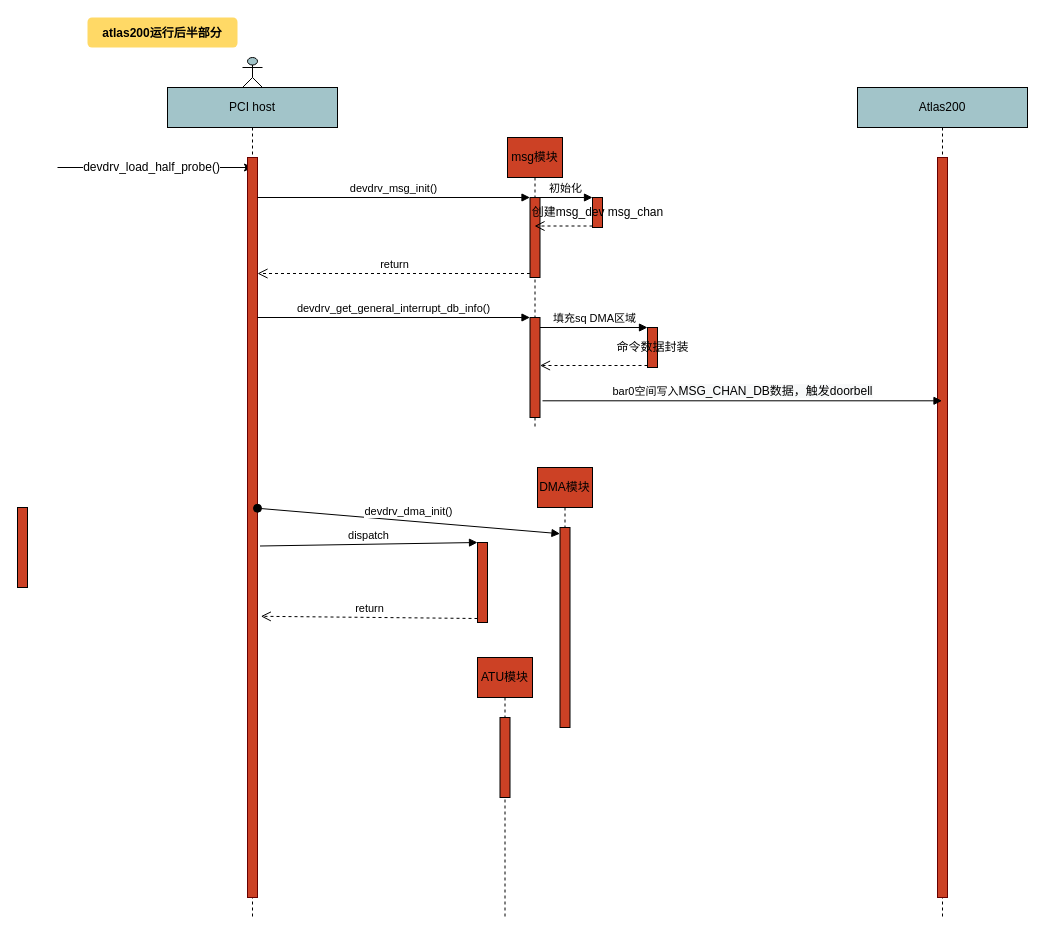
This is atlas200_flowchart.drawio from qiaoshouxing/draw.io, a draw.io file, before an edit. Source tidied: cells renumbered, new cells numbered last; positions are measured from the earlier drawing's top-left corner, leaving out a move shared by most shapes. Both pictures are drawn from the tidied source at 100%, with x=0, y=0 at pixel (17, 17).
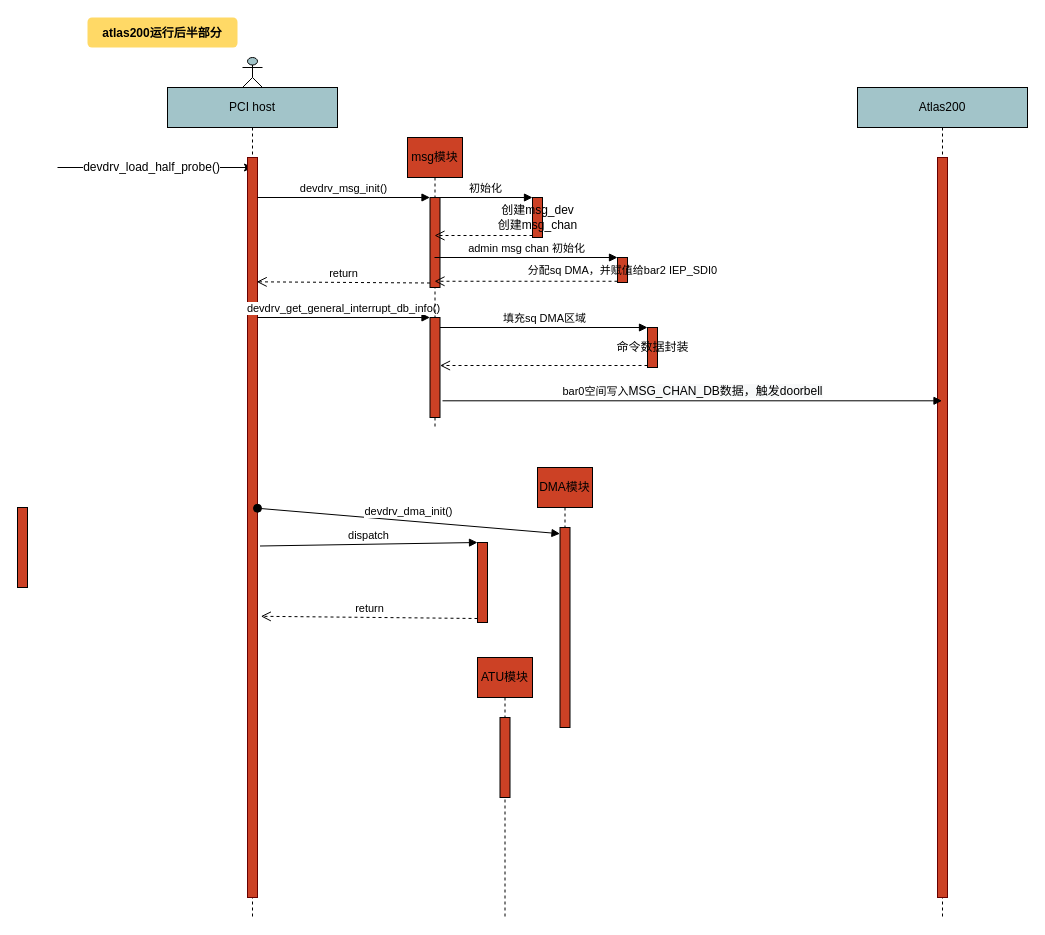
After the change.

Unchanged cells that the change refers to:
```xml
<mxCell id="5" value="PCI host" style="shape=umlLifeline;perimeter=lifelinePerimeter;whiteSpace=wrap;html=1;fillColor=#A2C4C9;" parent="1" vertex="1">
  <mxGeometry x="150" y="70" width="170" height="830" as="geometry" />
</mxCell>
<mxCell id="6" style="fillColor=#CC4125;strokeColor=#660000;" parent="5" vertex="1">
  <mxGeometry x="80" y="70" width="10" height="740" as="geometry" />
</mxCell>
```

What changed in the source:
```diff
@@
-    <mxCell id="8" value="return" style="html=1;verticalAlign=bottom;endArrow=open;dashed=1;endSize=8;exitX=0;exitY=0.95;" parent="5" edge="1" source="12">
-      <mxGeometry relative="1" as="geometry">
-        <mxPoint x="90" y="186" as="targetPoint" />
-      </mxGeometry>
-    </mxCell>
@@
     <mxCell id="11" value="msg模块" style="shape=umlLifeline;perimeter=lifelinePerimeter;whiteSpace=wrap;html=1;outlineConnect=0;strokeColor=#000000;fillColor=#CC4125;" parent="1" vertex="1">
-      <mxGeometry x="490" y="120" width="55" height="290" as="geometry" />
+      <mxGeometry x="390" y="120" width="55" height="290" as="geometry" />
     </mxCell>
     <mxCell id="12" style="html=1;points=[];perimeter=orthogonalPerimeter;strokeColor=#000000;fillColor=#CC4125;" parent="11" vertex="1">
-      <mxGeometry x="22.5" y="60" width="10" height="80" as="geometry" />
+      <mxGeometry x="22.5" y="60" width="10" height="90" as="geometry" />
     </mxCell>
@@
-    <mxCell id="32" value="创建msg_dev msg_chan" style="html=1;points=[];perimeter=orthogonalPerimeter;strokeColor=#000000;fillColor=#CC4125;" parent="1" vertex="1">
-      <mxGeometry x="575" y="180" width="10" height="30" as="geometry" />
+    <mxCell id="32" value="创建msg_dev &lt;br&gt;创建msg_chan" style="html=1;points=[];perimeter=orthogonalPerimeter;strokeColor=#000000;fillColor=#CC4125;" parent="1" vertex="1">
+      <mxGeometry x="515" y="180" width="10" height="40" as="geometry" />
     </mxCell>
@@
+    <mxCell id="8" value="return" style="html=1;verticalAlign=bottom;endArrow=open;dashed=1;endSize=8;exitX=0;exitY=0.95;entryX=0.917;entryY=0.168;entryDx=0;entryDy=0;entryPerimeter=0;" parent="1" edge="1" source="12" target="6">
+      <mxGeometry relative="1" as="geometry" />
+    </mxCell>
+    <mxCell id="35" value="&lt;font style=&quot;font-size: 11px&quot;&gt;分配sq DMA，并赋值给bar2 IEP_SDI0&lt;/font&gt;" style="html=1;points=[];perimeter=orthogonalPerimeter;strokeColor=#000000;fillColor=#CC4125;" parent="1" vertex="1">
+      <mxGeometry x="600" y="240" width="10" height="25" as="geometry" />
+    </mxCell>
+    <mxCell id="36" value="admin msg chan 初始化" style="html=1;verticalAlign=bottom;endArrow=block;entryX=0;entryY=0;" parent="1" edge="1" source="11" target="35">
+      <mxGeometry relative="1" as="geometry" />
+    </mxCell>
+    <mxCell id="37" style="html=1;verticalAlign=bottom;endArrow=open;dashed=1;endSize=8;exitX=0;exitY=0.95;" parent="1" edge="1" source="35" target="11">
+      <mxGeometry relative="1" as="geometry" />
+    </mxCell>
```
